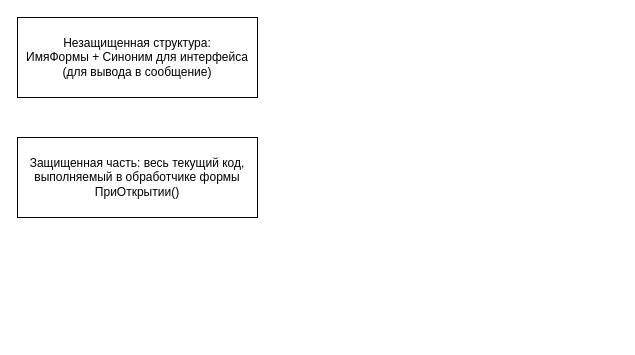
This is WMS-13 Лицензирование модулей системы.drawio from flln23/TopLog_Diagrams, a draw.io file, before an edit. Source tidied: cells renumbered, new cells numbered last; positions are measured from the earlier drawing's top-left corner, leaving out a move shared by most shapes. Both pictures are drawn from the tidied source at 100%, with x=0, y=0 at pixel (17, 17).
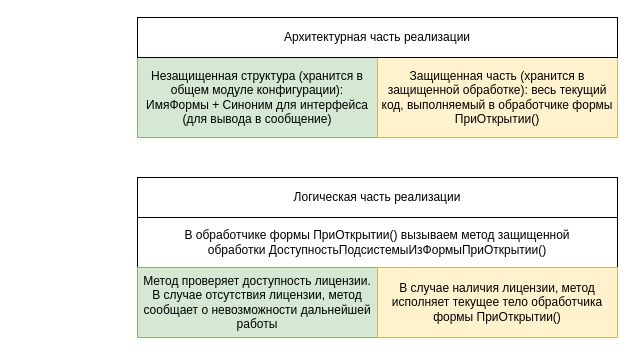
The same page after the edit.

The edit, as a diff of the source:
```diff
@@
 <mxGraphModel>
   <root>
     <mxCell id="0" />
     <mxCell id="1" parent="0" />
-    <mxCell id="2" value="Незащищенная структура:&lt;br&gt;ИмяФормы + Синоним для интерфейса (для вывода в сообщение)" style="rounded=0;whiteSpace=wrap;html=1;" parent="1" vertex="1">
-      <mxGeometry width="240" height="80" as="geometry" />
+    <mxCell id="2" value="Незащищенная структура (хранится в общем модуле конфигурации):&lt;br&gt;ИмяФормы + Синоним для интерфейса (для вывода в сообщение)" style="rounded=0;whiteSpace=wrap;html=1;fillColor=#d5e8d4;strokeColor=#82b366;" parent="1" vertex="1">
+      <mxGeometry x="120" y="40" width="240" height="80" as="geometry" />
     </mxCell>
-    <mxCell id="3" value="Защищенная часть: весь текущий код, выполняемый в обработчике формы ПриОткрытии()" style="rounded=0;whiteSpace=wrap;html=1;" parent="1" vertex="1">
-      <mxGeometry y="120" width="240" height="80" as="geometry" />
+    <mxCell id="3" value="Защищенная часть (хранится в защищенной обработке): весь текущий код, выполняемый в обработчике формы ПриОткрытии()" style="rounded=0;whiteSpace=wrap;html=1;fillColor=#fff2cc;strokeColor=#d6b656;" parent="1" vertex="1">
+      <mxGeometry x="360" y="40" width="240" height="80" as="geometry" />
     </mxCell>
+    <mxCell id="4" value="Логическая часть реализации" style="rounded=0;whiteSpace=wrap;html=1;" parent="1" vertex="1">
+      <mxGeometry x="120" y="160" width="480" height="40" as="geometry" />
+    </mxCell>
+    <mxCell id="5" value="В обработчике формы ПриОткрытии() вызываем метод защищенной обработки&amp;nbsp;ДоступностьПодсистемыИзФормыПриОткрытии()" style="rounded=0;whiteSpace=wrap;html=1;" parent="1" vertex="1">
+      <mxGeometry x="120" y="200" width="480" height="50" as="geometry" />
+    </mxCell>
+    <mxCell id="6" value="Метод проверяет доступность лицензии. В случае отсутствия лицензии, метод сообщает о невозможности дальнейшей работы" style="rounded=0;whiteSpace=wrap;html=1;fillColor=#d5e8d4;strokeColor=#82b366;" parent="1" vertex="1">
+      <mxGeometry x="120" y="250" width="240" height="70" as="geometry" />
+    </mxCell>
+    <mxCell id="7" value="В случае наличия лицензии, метод исполняет текущее тело обработчика формы ПриОткрытии()" style="rounded=0;whiteSpace=wrap;html=1;fillColor=#fff2cc;strokeColor=#d6b656;" parent="1" vertex="1">
+      <mxGeometry x="360" y="250" width="240" height="70" as="geometry" />
+    </mxCell>
+    <mxCell id="8" value="Архитектурная часть реализации" style="rounded=0;whiteSpace=wrap;html=1;" parent="1" vertex="1">
+      <mxGeometry x="120" width="480" height="40" as="geometry" />
+    </mxCell>
   </root>
 </mxGraphModel>
```
